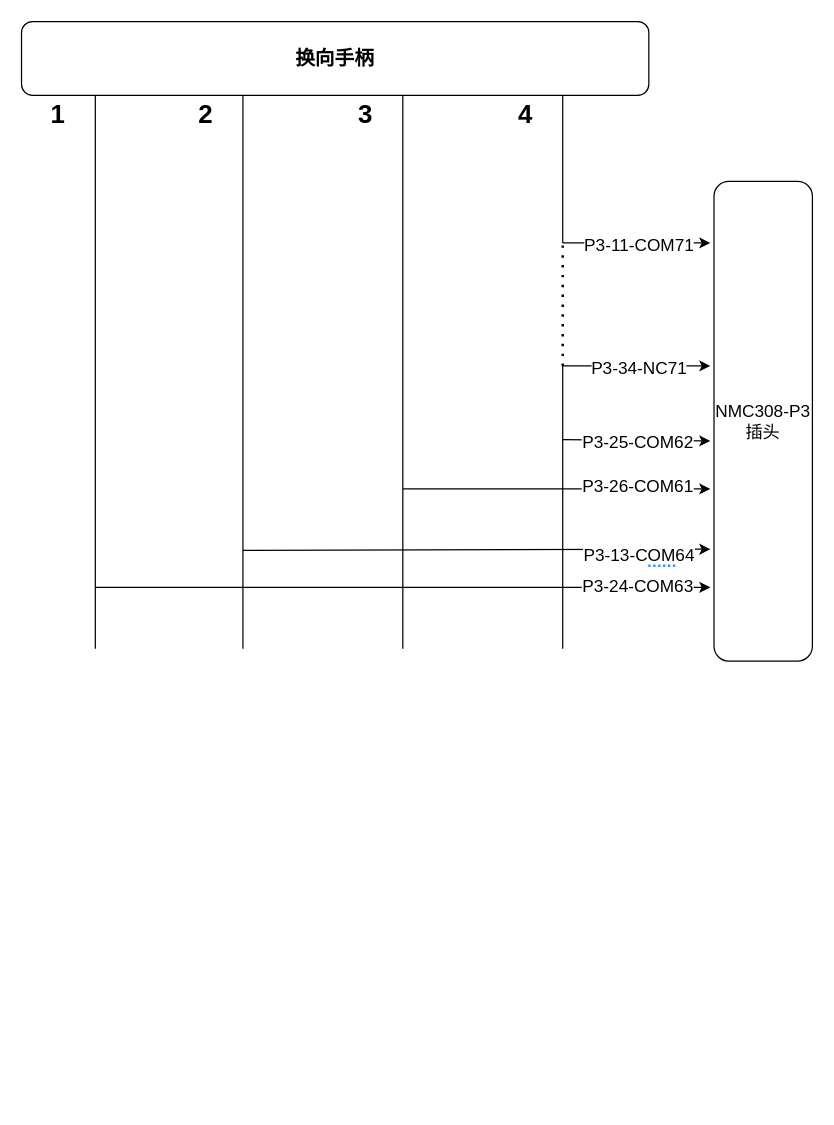
Before: 东方红.drawio in Hanye1108/drawio, a draw.io diagram. Source tidied: cells renumbered, new cells numbered last; positions are measured from the earlier drawing's top-left corner, leaving out a move shared by most shapes. Both pictures are drawn from the tidied source at 123%, with x=0, y=0 at pixel (21, 21).
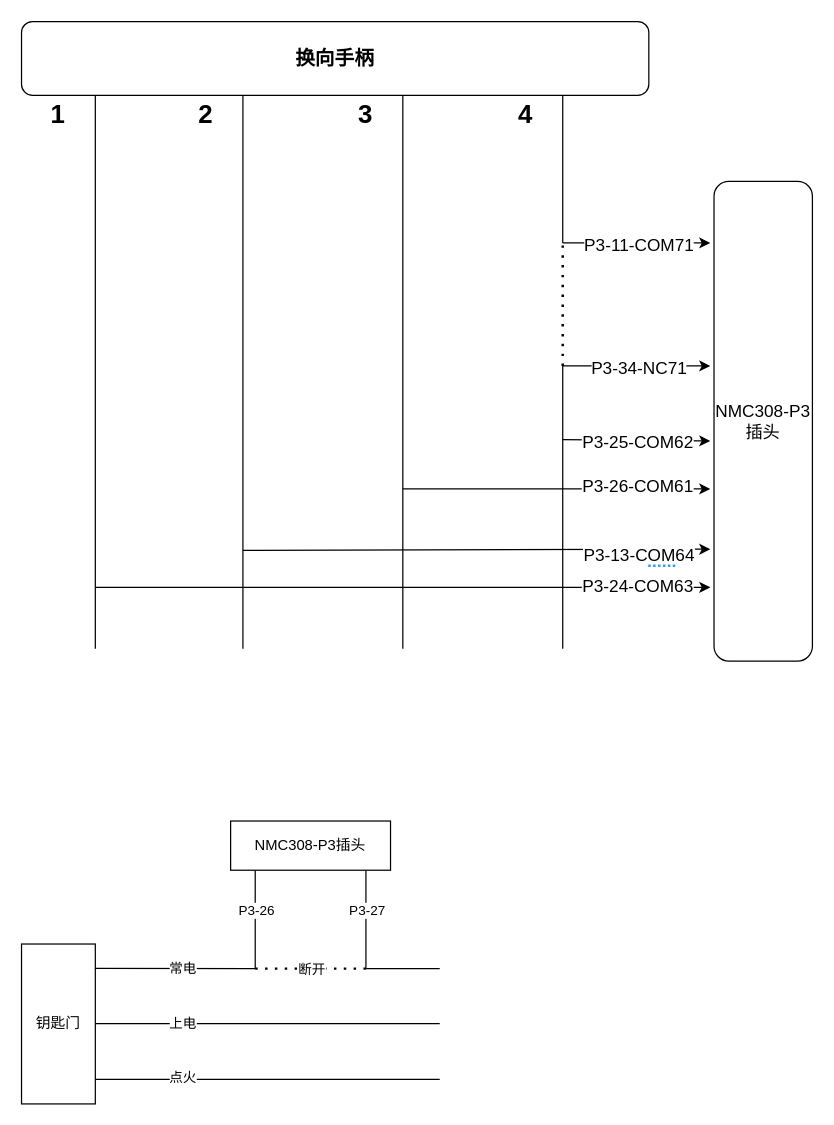
The same diagram, later.

Commit message:
更新东方红.drawio

What changed in the source:
```diff
@@
+    <mxCell id="26" value="钥匙门" style="rounded=0;whiteSpace=wrap;html=1;" parent="1" vertex="1">
+      <mxGeometry y="750" width="60" height="130" as="geometry" />
+    </mxCell>
+    <mxCell id="27" style="endArrow=none;html=1;rounded=0;" parent="1" edge="1">
+      <mxGeometry relative="1" as="geometry">
+        <mxPoint x="60" y="814.7" as="sourcePoint" />
+        <mxPoint x="340" y="814.7" as="targetPoint" />
+      </mxGeometry>
+    </mxCell>
+    <mxCell id="28" value="上电" style="edgeLabel;html=1;align=center;verticalAlign=middle;" parent="27" vertex="1">
+      <mxGeometry x="-0.02" y="-2" relative="1" as="geometry">
+        <mxPoint x="-67" y="-2" as="offset" />
+      </mxGeometry>
+    </mxCell>
+    <mxCell id="29" style="endArrow=none;html=1;rounded=0;" parent="1" edge="1">
+      <mxGeometry relative="1" as="geometry">
+        <mxPoint x="60" y="860" as="sourcePoint" />
+        <mxPoint x="340" y="860" as="targetPoint" />
+      </mxGeometry>
+    </mxCell>
+    <mxCell id="30" value="点火" style="edgeLabel;html=1;align=center;verticalAlign=middle;" parent="29" vertex="1">
+      <mxGeometry y="2" relative="1" as="geometry">
+        <mxPoint x="-70" as="offset" />
+      </mxGeometry>
+    </mxCell>
+    <mxCell id="31" style="endArrow=none;html=1;rounded=0;exitX=0.995;exitY=0.152;exitDx=0;exitDy=0;exitPerimeter=0;" parent="1" edge="1" source="26">
+      <mxGeometry relative="1" as="geometry">
+        <mxPoint x="190" y="770" as="targetPoint" />
+      </mxGeometry>
+    </mxCell>
+    <mxCell id="32" value="常电" style="edgeLabel;html=1;align=center;verticalAlign=middle;" parent="31" vertex="1">
+      <mxGeometry x="-0.04" y="-2" relative="1" as="geometry">
+        <mxPoint x="8" y="-2" as="offset" />
+      </mxGeometry>
+    </mxCell>
+    <mxCell id="33" style="endArrow=none;dashed=1;html=1;dashPattern=1 3;strokeWidth=2;rounded=0;" parent="1" edge="1">
+      <mxGeometry relative="1" as="geometry">
+        <mxPoint x="190" y="770" as="sourcePoint" />
+        <mxPoint x="280" y="770" as="targetPoint" />
+      </mxGeometry>
+    </mxCell>
+    <mxCell id="34" value="断开" style="edgeLabel;html=1;align=center;verticalAlign=middle;" parent="33" vertex="1">
+      <mxGeometry x="-0.11" relative="1" as="geometry">
+        <mxPoint x="5" as="offset" />
+      </mxGeometry>
+    </mxCell>
+    <mxCell id="35" style="endArrow=none;html=1;rounded=0;" parent="1" edge="1">
+      <mxGeometry relative="1" as="geometry">
+        <mxPoint x="280" y="770" as="sourcePoint" />
+        <mxPoint x="340" y="770" as="targetPoint" />
+      </mxGeometry>
+    </mxCell>
+    <mxCell id="36" style="endArrow=none;html=1;rounded=0;" parent="1" edge="1">
+      <mxGeometry relative="1" as="geometry">
+        <mxPoint x="190" y="770" as="sourcePoint" />
+        <mxPoint x="190" y="690" as="targetPoint" />
+      </mxGeometry>
+    </mxCell>
+    <mxCell id="37" value="P3-26" style="edgeLabel;html=1;align=center;verticalAlign=middle;" parent="36" vertex="1">
+      <mxGeometry x="0.2" relative="1" as="geometry" />
+    </mxCell>
+    <mxCell id="38" style="endArrow=none;html=1;rounded=0;" parent="1" edge="1">
+      <mxGeometry relative="1" as="geometry">
+        <mxPoint x="280" y="770" as="sourcePoint" />
+        <mxPoint x="280" y="690" as="targetPoint" />
+      </mxGeometry>
+    </mxCell>
+    <mxCell id="39" value="P3-27" style="edgeLabel;html=1;align=center;verticalAlign=middle;" parent="38" vertex="1">
+      <mxGeometry x="0.2" relative="1" as="geometry" />
+    </mxCell>
+    <mxCell id="40" value="NMC308-P3插头" style="rounded=0;whiteSpace=wrap;html=1;" parent="1" vertex="1">
+      <mxGeometry x="170" y="650" width="130" height="40" as="geometry" />
+    </mxCell>
```
